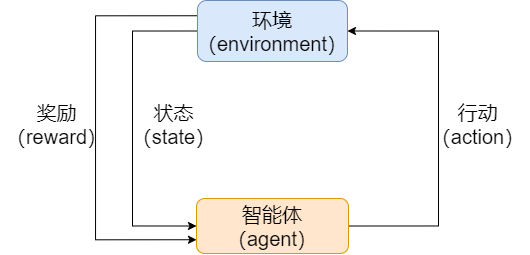
The draw.io diagram rl.drawio.png in lakomi/pictures, before a commit. Source tidied: cells renumbered, new cells last; positions are measured from the earlier drawing's top-left corner, leaving out a move shared by most shapes.
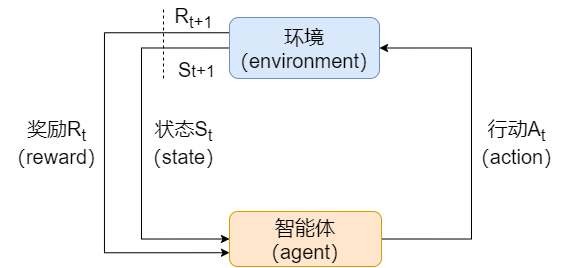
Above is the later version.

Diff of the diagram source:
```diff
@@ -2,44 +2,56 @@
   <root>
     <mxCell id="0" />
     <mxCell id="1" parent="0" />
-    <mxCell id="2" style="edgeStyle=orthogonalEdgeStyle;rounded=0;jettySize=auto;html=1;exitX=0;exitY=0.5;exitDx=0;exitDy=0;entryX=0;entryY=0.5;entryDx=0;entryDy=0;fontSize=20;strokeColor=#000000;" parent="1" edge="1" source="4" target="6">
-      <mxGeometry relative="1" as="geometry">
-        <Array as="points">
-          <mxPoint x="132" y="31" />
-          <mxPoint x="132" y="225" />
-        </Array>
-      </mxGeometry>
-    </mxCell>
-    <mxCell id="3" style="edgeStyle=orthogonalEdgeStyle;rounded=0;jettySize=auto;html=1;exitX=0;exitY=0.25;exitDx=0;exitDy=0;entryX=0;entryY=0.75;entryDx=0;entryDy=0;fontSize=20;strokeColor=#000000;" parent="1" edge="1" source="4" target="6">
-      <mxGeometry relative="1" as="geometry">
-        <Array as="points">
-          <mxPoint x="95" y="15" />
-          <mxPoint x="95" y="239" />
-        </Array>
-      </mxGeometry>
-    </mxCell>
+    <mxCell id="10" style="edgeStyle=orthogonalEdgeStyle;rounded=0;jettySize=auto;html=1;exitX=0;exitY=0.5;exitDx=0;exitDy=0;entryX=0;entryY=0.5;entryDx=0;entryDy=0;fontSize=20;strokeColor=#000000;" parent="1" edge="1" source="4" target="6">
+      <mxGeometry relative="1" as="geometry">
+        <Array as="points">
+          <mxPoint x="130" y="29" />
+          <mxPoint x="130" y="221" />
+        </Array>
+      </mxGeometry>
+    </mxCell>
+    <mxCell id="11" style="edgeStyle=orthogonalEdgeStyle;rounded=0;jettySize=auto;html=1;exitX=0;exitY=0.25;exitDx=0;exitDy=0;entryX=0;entryY=0.75;entryDx=0;entryDy=0;fontSize=20;strokeColor=#000000;" parent="1" edge="1" source="4" target="6">
+      <mxGeometry relative="1" as="geometry">
+        <Array as="points">
+          <mxPoint x="93" y="14" />
+          <mxPoint x="93" y="234" />
+        </Array>
+      </mxGeometry>
+    </mxCell>
     <mxCell id="4" value="环境（environment）" style="rounded=1;whiteSpace=wrap;html=1;fontSize=20;fillColor=#dae8fc;strokeColor=#6c8ebf;" parent="1" vertex="1">
-      <mxGeometry x="197" width="150" height="61" as="geometry" />
+      <mxGeometry x="218" y="-1" width="150" height="61" as="geometry" />
     </mxCell>
     <mxCell id="5" style="edgeStyle=orthogonalEdgeStyle;rounded=0;jettySize=auto;html=1;exitX=1;exitY=0.5;exitDx=0;exitDy=0;entryX=1;entryY=0.5;entryDx=0;entryDy=0;fontSize=20;strokeColor=#000000;" parent="1" edge="1" source="6" target="4">
       <mxGeometry relative="1" as="geometry">
         <Array as="points">
-          <mxPoint x="438" y="225" />
-          <mxPoint x="438" y="31" />
+          <mxPoint x="460" y="221" />
+          <mxPoint x="460" y="29" />
         </Array>
       </mxGeometry>
     </mxCell>
     <mxCell id="6" value="智能体&lt;br&gt;（agent）" style="rounded=1;whiteSpace=wrap;html=1;fontSize=20;fillColor=#ffe6cc;strokeColor=#d79b00;" parent="1" vertex="1">
-      <mxGeometry x="196" y="198" width="152" height="55" as="geometry" />
+      <mxGeometry x="218" y="193" width="152" height="55" as="geometry" />
     </mxCell>
-    <mxCell id="7" value="行动&lt;br&gt;（action）" style="text;html=1;align=center;verticalAlign=middle;strokeColor=none;fillColor=none;fontSize=20;" parent="1" vertex="1">
-      <mxGeometry x="425" y="98" width="104" height="52" as="geometry" />
+    <mxCell id="7" value="行动A&lt;sub&gt;t&lt;/sub&gt;&lt;br&gt;（action）" style="text;html=1;align=center;verticalAlign=middle;strokeColor=none;fillColor=none;fontSize=20;" parent="1" vertex="1">
+      <mxGeometry x="453" y="95" width="104" height="58" as="geometry" />
     </mxCell>
-    <mxCell id="8" value="状态&lt;br&gt;（state）" style="text;html=1;align=center;verticalAlign=middle;strokeColor=none;fillColor=none;fontSize=20;" parent="1" vertex="1">
-      <mxGeometry x="126" y="98" width="93" height="52" as="geometry" />
+    <mxCell id="8" value="状态S&lt;sub&gt;t&lt;/sub&gt;&lt;br&gt;（state）" style="text;html=1;align=center;verticalAlign=middle;strokeColor=none;fillColor=none;fontSize=20;" parent="1" vertex="1">
+      <mxGeometry x="125" y="95" width="93" height="58" as="geometry" />
     </mxCell>
-    <mxCell id="9" value="奖励&lt;br&gt;（reward）" style="text;html=1;align=center;verticalAlign=middle;strokeColor=none;fillColor=none;fontSize=20;" parent="1" vertex="1">
-      <mxGeometry y="98" width="111" height="52" as="geometry" />
+    <mxCell id="9" value="奖励R&lt;sub&gt;t&lt;/sub&gt;&lt;br&gt;（reward）" style="text;html=1;align=center;verticalAlign=middle;strokeColor=none;fillColor=none;fontSize=20;" parent="1" vertex="1">
+      <mxGeometry x="-11" y="95" width="111" height="58" as="geometry" />
     </mxCell>
+    <mxCell id="12" style="endArrow=none;dashed=1;html=1;rounded=0;fontSize=20;strokeColor=#000000;" parent="1" edge="1">
+      <mxGeometry relative="1" as="geometry">
+        <mxPoint x="152" y="60" as="sourcePoint" />
+        <mxPoint x="152" y="-10" as="targetPoint" />
+      </mxGeometry>
+    </mxCell>
+    <mxCell id="13" value="R&lt;sub&gt;t+1&lt;/sub&gt;" style="text;html=1;align=center;verticalAlign=middle;strokeColor=none;fillColor=none;fontSize=20;" parent="1" vertex="1">
+      <mxGeometry x="158" y="-18" width="48" height="34" as="geometry" />
+    </mxCell>
+    <mxCell id="14" value="&lt;sub&gt;&lt;span style=&quot;font-size: 20px&quot;&gt;S&lt;/span&gt;t+1&lt;/sub&gt;" style="text;html=1;align=center;verticalAlign=middle;strokeColor=none;fillColor=none;fontSize=20;" parent="1" vertex="1">
+      <mxGeometry x="161" y="32" width="47" height="34" as="geometry" />
+    </mxCell>
   </root>
 </mxGraphModel>
```
